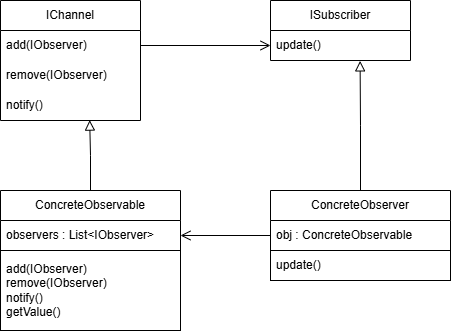
This is Design-Patterns/Obeser Design Pattern/images/observer-standard-uml.png from vamsikrishnarh7/low-level-design, a draw.io export, as it was before one commit. Source tidied: cells renumbered, new cells last; positions are measured from the earlier drawing's top-left corner, leaving out a move shared by most shapes.
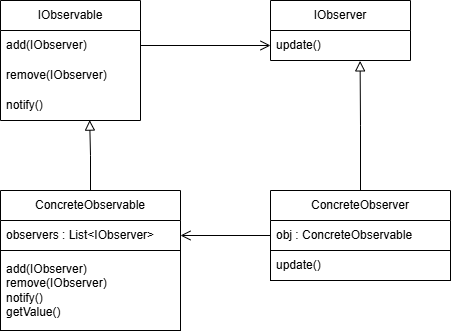
After the commit.

Commit message:
added observer standard UML

The edit, as a diff of the source:
```diff
@@ -2,7 +2,7 @@
   <root>
     <mxCell id="0" />
     <mxCell id="1" parent="0" />
-    <mxCell id="2" value="IChannel" style="swimlane;fontStyle=0;horizontal=1;startSize=30;whiteSpace=wrap;html=1;" parent="1" vertex="1">
+    <mxCell id="2" value="IObservable" style="swimlane;fontStyle=0;horizontal=1;startSize=30;whiteSpace=wrap;html=1;" parent="1" vertex="1">
       <mxGeometry width="140" height="120" as="geometry" />
     </mxCell>
     <mxCell id="3" value="add(IObserver)" style="text;strokeColor=none;fillColor=none;align=left;verticalAlign=middle;spacingLeft=4;spacingRight=4;overflow=hidden;points=[[0,0.5],[1,0.5]];portConstraint=eastwest;whiteSpace=wrap;html=1;" parent="2" vertex="1">
@@ -14,7 +14,7 @@
     <mxCell id="5" value="notify()" style="text;strokeColor=none;fillColor=none;align=left;verticalAlign=middle;spacingLeft=4;spacingRight=4;overflow=hidden;points=[[0,0.5],[1,0.5]];portConstraint=eastwest;whiteSpace=wrap;html=1;" parent="2" vertex="1">
       <mxGeometry y="90" width="140" height="30" as="geometry" />
     </mxCell>
-    <mxCell id="6" value="ISubscriber" style="swimlane;fontStyle=0;horizontal=1;startSize=30;whiteSpace=wrap;html=1;" parent="1" vertex="1">
+    <mxCell id="6" value="IObserver" style="swimlane;fontStyle=0;horizontal=1;startSize=30;whiteSpace=wrap;html=1;" parent="1" vertex="1">
       <mxGeometry x="270" width="140" height="60" as="geometry" />
     </mxCell>
     <mxCell id="7" value="update()" style="text;strokeColor=none;fillColor=none;align=left;verticalAlign=middle;spacingLeft=4;spacingRight=4;overflow=hidden;points=[[0,0.5],[1,0.5]];portConstraint=eastwest;whiteSpace=wrap;html=1;" parent="6" vertex="1">
```
